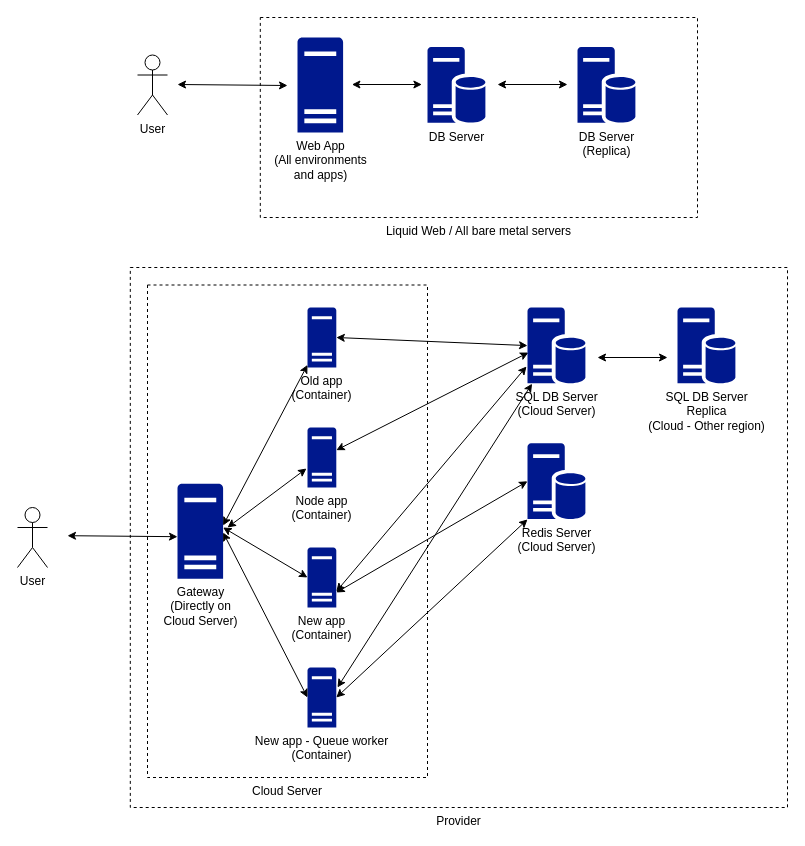
Before: Diagrama sem nome.drawio in erickdelsantos/erickdelsantos, a draw.io diagram. Source tidied: cells renumbered, new cells numbered last; positions are measured from the earlier drawing's top-left corner, leaving out a move shared by most shapes. Both pictures are drawn from the tidied source at 100%, with x=0, y=0 at pixel (17, 17).
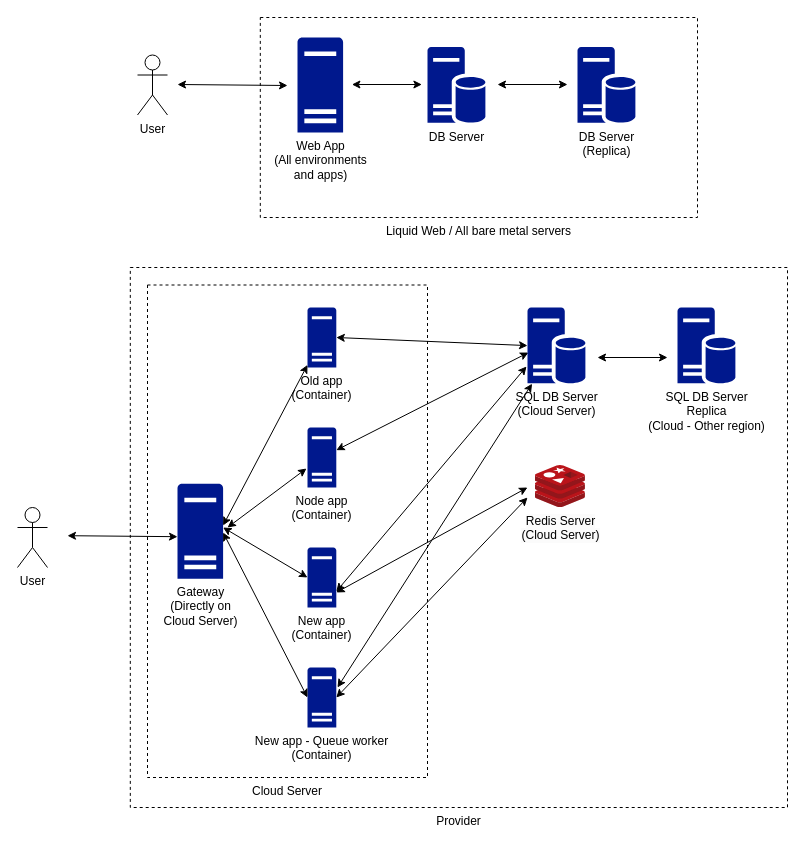
The same page after the edit.

Unchanged cells that the change refers to:
```xml
<mxCell id="27" value="New app - Queue worker&lt;div&gt;(Container)&lt;/div&gt;" style="sketch=0;shadow=0;dashed=0;html=1;strokeColor=none;labelPosition=center;verticalLabelPosition=bottom;verticalAlign=top;align=center;fillColor=#00188D;shape=mxgraph.mscae.enterprise.server_generic;" parent="1" vertex="1">
  <mxGeometry x="290" y="650" width="28.8" height="60" as="geometry" />
</mxCell>
```

The edit, as a diff of the source:
```diff
@@
-    <mxCell id="17" value="Redis Server&lt;div&gt;(Cloud Server)&lt;/div&gt;" style="sketch=0;shadow=0;dashed=0;html=1;strokeColor=none;labelPosition=center;verticalLabelPosition=bottom;verticalAlign=top;align=center;fillColor=#00188D;shape=mxgraph.mscae.enterprise.database_server;" parent="1" vertex="1">
-      <mxGeometry x="510" y="425.7" width="57.9" height="76.2" as="geometry" />
-    </mxCell>
@@
-    <mxCell id="26" style="endArrow=classic;startArrow=classic;html=1;rounded=0;exitX=0;exitY=0.5;exitDx=0;exitDy=0;exitPerimeter=0;" parent="1" edge="1" source="17">
+    <mxCell id="26" style="endArrow=classic;startArrow=classic;html=1;rounded=0;" parent="1" edge="1">
       <mxGeometry relative="1" as="geometry">
+        <mxPoint x="510" y="470" as="sourcePoint" />
         <mxPoint x="318.8" y="575" as="targetPoint" />
       </mxGeometry>
     </mxCell>
@@
-    <mxCell id="28" style="endArrow=classic;startArrow=classic;html=1;rounded=0;exitX=0;exitY=1;exitDx=0;exitDy=0;exitPerimeter=0;entryX=1;entryY=0.5;entryDx=0;entryDy=0;entryPerimeter=0;" parent="1" edge="1" source="17" target="27">
-      <mxGeometry relative="1" as="geometry" />
+    <mxCell id="28" style="endArrow=classic;startArrow=classic;html=1;rounded=0;entryX=1;entryY=0.5;entryDx=0;entryDy=0;entryPerimeter=0;" parent="1" edge="1" target="27">
+      <mxGeometry relative="1" as="geometry">
+        <mxPoint x="510" y="480" as="sourcePoint" />
+      </mxGeometry>
     </mxCell>
@@
+    <mxCell id="17" value="&lt;span style=&quot;background-color: rgb(251, 251, 251);&quot;&gt;Redis Server&lt;/span&gt;&lt;div style=&quot;background-color: rgb(251, 251, 251);&quot;&gt;(Cloud Server)&lt;/div&gt;" style="image;sketch=0;html=1;points=[];align=center;fontSize=12;image=img/lib/mscae/Cache_Redis_Product.svg;" parent="1" vertex="1">
+      <mxGeometry x="517.9" y="448" width="50" height="42" as="geometry" />
+    </mxCell>
```
